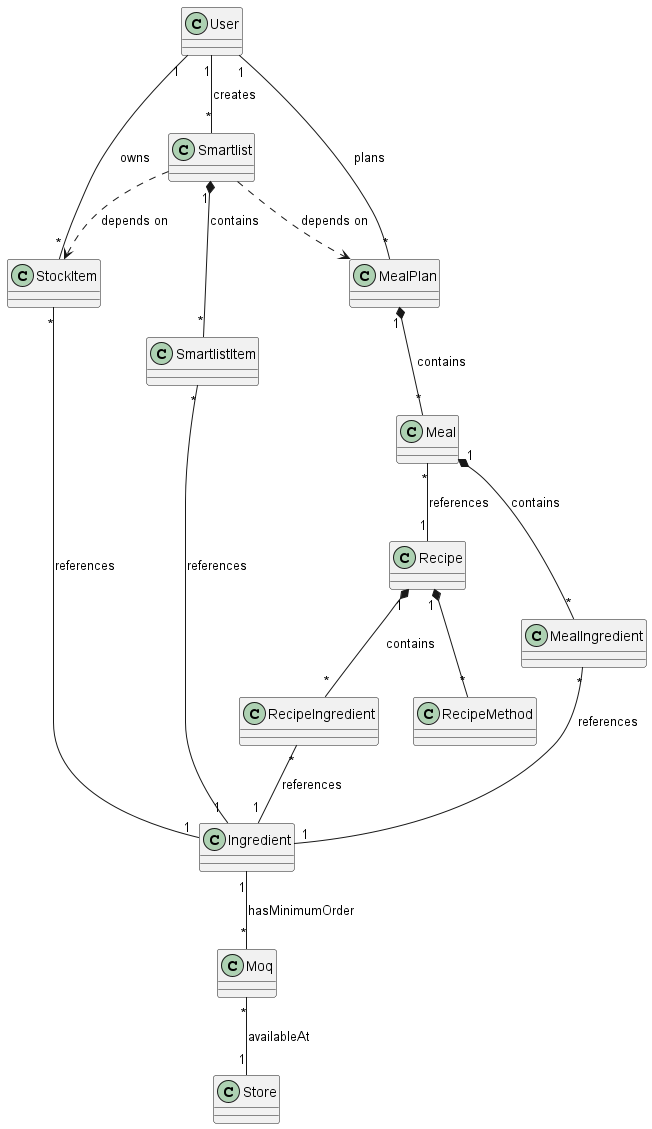
This is out/documentation/designandmethods/classDiagrams/!overview/!overview.png from jbrun001/foodmanager, a PlantUML export, as it was before one commit.
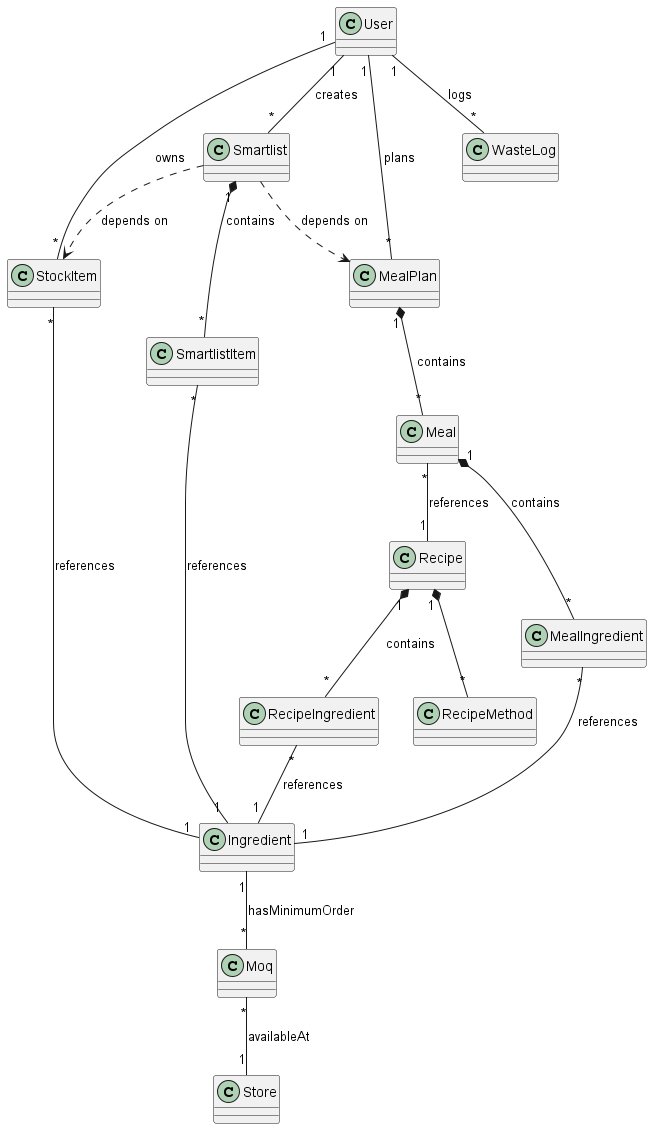
After the commit.

Change to the diagram source:
```diff
@@ -38,6 +38,11 @@
 
 class Moq {
 }
+class WasteLog {
+
+}
+
+User "1" -- "*" WasteLog : logs
 
 User "1" -- "*" Smartlist : creates
 User "1" -- "*" MealPlan : plans
```
